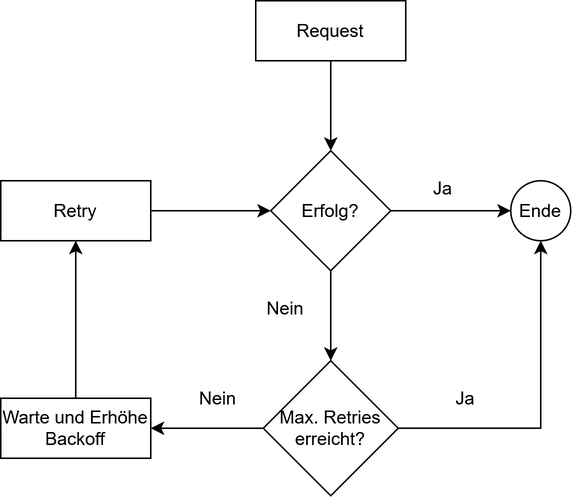
Earlier version of the draw.io export Paper/images/retryBackoff.png (murfei/FaultTolerantJobProcessing). Source tidied: cells renumbered, new cells last; positions are measured from the earlier drawing's top-left corner, leaving out a move shared by most shapes.
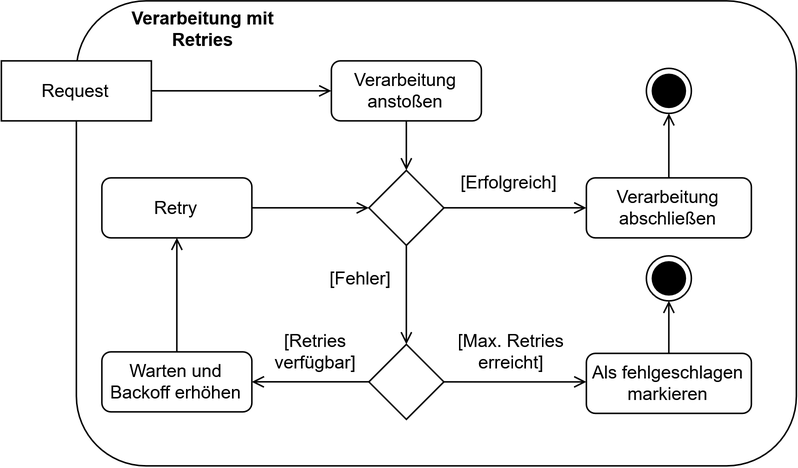
Later version of the same file.

What changed in the source:
```diff
@@ -2,60 +2,90 @@
   <root>
     <mxCell id="0" />
     <mxCell id="1" parent="0" />
+    <mxCell id="19" style="rounded=1;whiteSpace=wrap;html=1;" parent="1" vertex="1">
+      <mxGeometry y="-20" width="480" height="310" as="geometry" />
+    </mxCell>
-    <mxCell id="2" style="edgeStyle=orthogonalEdgeStyle;rounded=0;jettySize=auto;html=1;exitX=0.5;exitY=1;exitDx=0;exitDy=0;entryX=0.5;entryY=0;entryDx=0;entryDy=0;" parent="1" edge="1" source="3" target="6">
+    <mxCell id="2" style="edgeStyle=orthogonalEdgeStyle;rounded=0;jettySize=auto;html=1;exitX=0.5;exitY=1;exitDx=0;exitDy=0;entryX=0.5;entryY=0;entryDx=0;entryDy=0;endArrow=open;endFill=0;" parent="1" edge="1" source="3" target="6">
       <mxGeometry relative="1" as="geometry" />
     </mxCell>
-    <mxCell id="3" value="Request" style="rounded=0;whiteSpace=wrap;html=1;" parent="1" vertex="1">
-      <mxGeometry x="170" width="100" height="40" as="geometry" />
+    <mxCell id="3" value="Verarbeitung anstoßen" style="rounded=1;whiteSpace=wrap;html=1;" parent="1" vertex="1">
+      <mxGeometry x="170" y="20" width="100" height="40" as="geometry" />
     </mxCell>
-    <mxCell id="4" style="edgeStyle=orthogonalEdgeStyle;rounded=0;jettySize=auto;html=1;exitX=0.5;exitY=1;exitDx=0;exitDy=0;entryX=0.5;entryY=0;entryDx=0;entryDy=0;" parent="1" edge="1" source="6" target="12">
+    <mxCell id="4" style="edgeStyle=orthogonalEdgeStyle;rounded=0;jettySize=auto;html=1;exitX=0.5;exitY=1;exitDx=0;exitDy=0;entryX=0.5;entryY=0;entryDx=0;entryDy=0;endArrow=open;endFill=0;" parent="1" edge="1" source="6" target="12">
       <mxGeometry relative="1" as="geometry" />
     </mxCell>
-    <mxCell id="5" style="edgeStyle=orthogonalEdgeStyle;rounded=0;jettySize=auto;html=1;exitX=1;exitY=0.5;exitDx=0;exitDy=0;entryX=0;entryY=0.5;entryDx=0;entryDy=0;" parent="1" edge="1" source="6" target="7">
-      <mxGeometry relative="1" as="geometry" />
+    <mxCell id="5" style="edgeStyle=orthogonalEdgeStyle;rounded=0;jettySize=auto;html=1;exitX=1;exitY=0.5;exitDx=0;exitDy=0;entryX=0;entryY=0.5;entryDx=0;entryDy=0;endArrow=open;endFill=0;" parent="1" edge="1" source="6">
+      <mxGeometry relative="1" as="geometry">
+        <mxPoint x="340" y="118" as="targetPoint" />
+      </mxGeometry>
     </mxCell>
-    <mxCell id="6" value="Erfolg?" style="rhombus;whiteSpace=wrap;html=1;" parent="1" vertex="1">
-      <mxGeometry x="180" y="100" width="80" height="80" as="geometry" />
+    <mxCell id="6" style="rhombus;whiteSpace=wrap;html=1;" parent="1" vertex="1">
+      <mxGeometry x="195" y="93" width="50" height="50" as="geometry" />
     </mxCell>
-    <mxCell id="7" value="Ende" style="ellipse;whiteSpace=wrap;html=1;" parent="1" vertex="1">
-      <mxGeometry x="340" y="120" width="40" height="40" as="geometry" />
-    </mxCell>
-    <mxCell id="8" style="edgeStyle=orthogonalEdgeStyle;rounded=0;jettySize=auto;html=1;exitX=1;exitY=0.5;exitDx=0;exitDy=0;entryX=0;entryY=0.5;entryDx=0;entryDy=0;" parent="1" edge="1" source="9" target="6">
+    <mxCell id="8" style="edgeStyle=orthogonalEdgeStyle;rounded=0;jettySize=auto;html=1;exitX=1;exitY=0.5;exitDx=0;exitDy=0;entryX=0;entryY=0.5;entryDx=0;entryDy=0;endArrow=open;endFill=0;" parent="1" edge="1" source="9" target="6">
       <mxGeometry relative="1" as="geometry" />
     </mxCell>
-    <mxCell id="9" value="Retry" style="rounded=0;whiteSpace=wrap;html=1;" parent="1" vertex="1">
-      <mxGeometry y="120" width="100" height="40" as="geometry" />
+    <mxCell id="9" value="Retry" style="rounded=1;whiteSpace=wrap;html=1;" parent="1" vertex="1">
+      <mxGeometry x="17" y="98" width="100" height="40" as="geometry" />
     </mxCell>
-    <mxCell id="10" style="edgeStyle=orthogonalEdgeStyle;rounded=0;jettySize=auto;html=1;exitX=1;exitY=0.5;exitDx=0;exitDy=0;entryX=0.5;entryY=1;entryDx=0;entryDy=0;" parent="1" edge="1" source="12" target="7">
-      <mxGeometry relative="1" as="geometry">
-        <Array as="points">
-          <mxPoint x="360" y="285" />
-        </Array>
-      </mxGeometry>
-    </mxCell>
-    <mxCell id="11" style="edgeStyle=orthogonalEdgeStyle;rounded=0;jettySize=auto;html=1;exitX=0;exitY=0.5;exitDx=0;exitDy=0;entryX=1;entryY=0.5;entryDx=0;entryDy=0;" parent="1" edge="1" source="12" target="14">
+    <mxCell id="11" style="edgeStyle=orthogonalEdgeStyle;rounded=0;jettySize=auto;html=1;exitX=0;exitY=0.5;exitDx=0;exitDy=0;entryX=1;entryY=0.5;entryDx=0;entryDy=0;endArrow=open;endFill=0;" parent="1" edge="1" source="12" target="14">
       <mxGeometry relative="1" as="geometry" />
     </mxCell>
-    <mxCell id="12" value="Max. Retries erreicht?" style="rhombus;whiteSpace=wrap;html=1;" parent="1" vertex="1">
-      <mxGeometry x="175" y="240" width="90" height="90" as="geometry" />
+    <mxCell id="12" style="rhombus;whiteSpace=wrap;html=1;" parent="1" vertex="1">
+      <mxGeometry x="195" y="209" width="50" height="50" as="geometry" />
     </mxCell>
-    <mxCell id="13" style="edgeStyle=orthogonalEdgeStyle;rounded=0;jettySize=auto;html=1;exitX=0.5;exitY=0;exitDx=0;exitDy=0;entryX=0.5;entryY=1;entryDx=0;entryDy=0;" parent="1" edge="1" source="14" target="9">
+    <mxCell id="13" style="edgeStyle=orthogonalEdgeStyle;rounded=0;jettySize=auto;html=1;exitX=0.5;exitY=0;exitDx=0;exitDy=0;entryX=0.5;entryY=1;entryDx=0;entryDy=0;endArrow=open;endFill=0;" parent="1" edge="1" source="14" target="9">
       <mxGeometry relative="1" as="geometry" />
     </mxCell>
-    <mxCell id="14" value="Warte und Erhöhe Backoff" style="rounded=0;whiteSpace=wrap;html=1;" parent="1" vertex="1">
-      <mxGeometry y="265" width="100" height="40" as="geometry" />
+    <mxCell id="14" value="Warten und Backoff erhöhen" style="rounded=1;whiteSpace=wrap;html=1;" parent="1" vertex="1">
+      <mxGeometry x="17" y="214" width="100" height="40" as="geometry" />
     </mxCell>
-    <mxCell id="15" value="Ja" style="text;html=1;whiteSpace=wrap;strokeColor=none;fillColor=none;align=center;verticalAlign=middle;rounded=0;" parent="1" vertex="1">
-      <mxGeometry x="265" y="110" width="60" height="30" as="geometry" />
+    <mxCell id="15" value="[Erfolgreich]" style="text;html=1;whiteSpace=wrap;strokeColor=none;fillColor=none;align=center;verticalAlign=middle;rounded=0;" parent="1" vertex="1">
+      <mxGeometry x="259" y="86" width="60" height="30" as="geometry" />
     </mxCell>
-    <mxCell id="16" value="Nein" style="text;html=1;whiteSpace=wrap;strokeColor=none;fillColor=none;align=center;verticalAlign=middle;rounded=0;" parent="1" vertex="1">
-      <mxGeometry x="160" y="190" width="60" height="30" as="geometry" />
+    <mxCell id="16" value="[Fehler]" style="text;html=1;whiteSpace=wrap;strokeColor=none;fillColor=none;align=center;verticalAlign=middle;rounded=0;" parent="1" vertex="1">
+      <mxGeometry x="160" y="150" width="60" height="30" as="geometry" />
     </mxCell>
-    <mxCell id="17" value="Nein" style="text;html=1;whiteSpace=wrap;strokeColor=none;fillColor=none;align=center;verticalAlign=middle;rounded=0;" parent="1" vertex="1">
-      <mxGeometry x="115" y="250" width="60" height="30" as="geometry" />
+    <mxCell id="17" value="[Retries verfügbar]" style="text;html=1;whiteSpace=wrap;strokeColor=none;fillColor=none;align=center;verticalAlign=middle;rounded=0;" parent="1" vertex="1">
+      <mxGeometry x="130" y="199" width="60" height="30" as="geometry" />
     </mxCell>
-    <mxCell id="18" value="Ja" style="text;html=1;whiteSpace=wrap;strokeColor=none;fillColor=none;align=center;verticalAlign=middle;rounded=0;" parent="1" vertex="1">
-      <mxGeometry x="280" y="250" width="60" height="30" as="geometry" />
+    <mxCell id="18" value="[Max. Retries erreicht]" style="text;html=1;whiteSpace=wrap;strokeColor=none;fillColor=none;align=center;verticalAlign=middle;rounded=0;" parent="1" vertex="1">
+      <mxGeometry x="253" y="199" width="75" height="30" as="geometry" />
     </mxCell>
+    <mxCell id="20" style="ellipse;html=1;shape=endState;fillColor=strokeColor;" parent="1" vertex="1">
+      <mxGeometry x="380" y="25" width="30" height="30" as="geometry" />
+    </mxCell>
+    <mxCell id="21" style="edgeStyle=orthogonalEdgeStyle;rounded=0;jettySize=auto;html=1;exitX=1;exitY=0.5;exitDx=0;exitDy=0;entryX=0;entryY=0.5;entryDx=0;entryDy=0;endArrow=open;endFill=0;" parent="1" edge="1" source="22" target="3">
+      <mxGeometry relative="1" as="geometry" />
+    </mxCell>
+    <mxCell id="22" value="Request" style="rounded=0;whiteSpace=wrap;html=1;" parent="1" vertex="1">
+      <mxGeometry x="-50" y="20" width="100" height="40" as="geometry" />
+    </mxCell>
+    <mxCell id="23" value="Als fehlgeschlagen markieren" style="rounded=1;whiteSpace=wrap;html=1;" parent="1" vertex="1">
+      <mxGeometry x="340" y="215" width="110" height="40" as="geometry" />
+    </mxCell>
+    <mxCell id="24" style="edgeStyle=orthogonalEdgeStyle;rounded=0;jettySize=auto;html=1;exitX=1;exitY=0.5;exitDx=0;exitDy=0;endArrow=open;endFill=0;entryX=0;entryY=0.5;entryDx=0;entryDy=0;" parent="1" edge="1" source="12" target="23">
+      <mxGeometry relative="1" as="geometry">
+        <Array as="points">
+          <mxPoint x="270" y="234" />
+          <mxPoint x="270" y="234" />
+        </Array>
+      </mxGeometry>
+    </mxCell>
+    <mxCell id="25" style="ellipse;html=1;shape=endState;fillColor=strokeColor;" parent="1" vertex="1">
+      <mxGeometry x="380" y="150" width="30" height="30" as="geometry" />
+    </mxCell>
+    <mxCell id="26" style="edgeStyle=orthogonalEdgeStyle;rounded=0;jettySize=auto;html=1;exitX=0.5;exitY=0;exitDx=0;exitDy=0;endArrow=open;endFill=0;entryX=0.5;entryY=1;entryDx=0;entryDy=0;" parent="1" edge="1" source="23" target="25">
+      <mxGeometry relative="1" as="geometry" />
+    </mxCell>
+    <mxCell id="27" value="Verarbeitung abschließen" style="rounded=1;whiteSpace=wrap;html=1;" parent="1" vertex="1">
+      <mxGeometry x="340" y="98" width="110" height="40" as="geometry" />
+    </mxCell>
+    <mxCell id="28" style="edgeStyle=orthogonalEdgeStyle;rounded=0;jettySize=auto;html=1;exitX=0.5;exitY=0;exitDx=0;exitDy=0;endArrow=open;endFill=0;entryX=0.5;entryY=1;entryDx=0;entryDy=0;" parent="1" edge="1" source="27" target="20">
+      <mxGeometry relative="1" as="geometry" />
+    </mxCell>
+    <mxCell id="29" value="&lt;b&gt;Verarbeitung mit Retries&lt;/b&gt;" style="text;html=1;whiteSpace=wrap;strokeColor=none;fillColor=none;align=center;verticalAlign=middle;rounded=0;" parent="1" vertex="1">
+      <mxGeometry x="30" y="-16" width="110" height="30" as="geometry" />
+    </mxCell>
   </root>
 </mxGraphModel>
```
